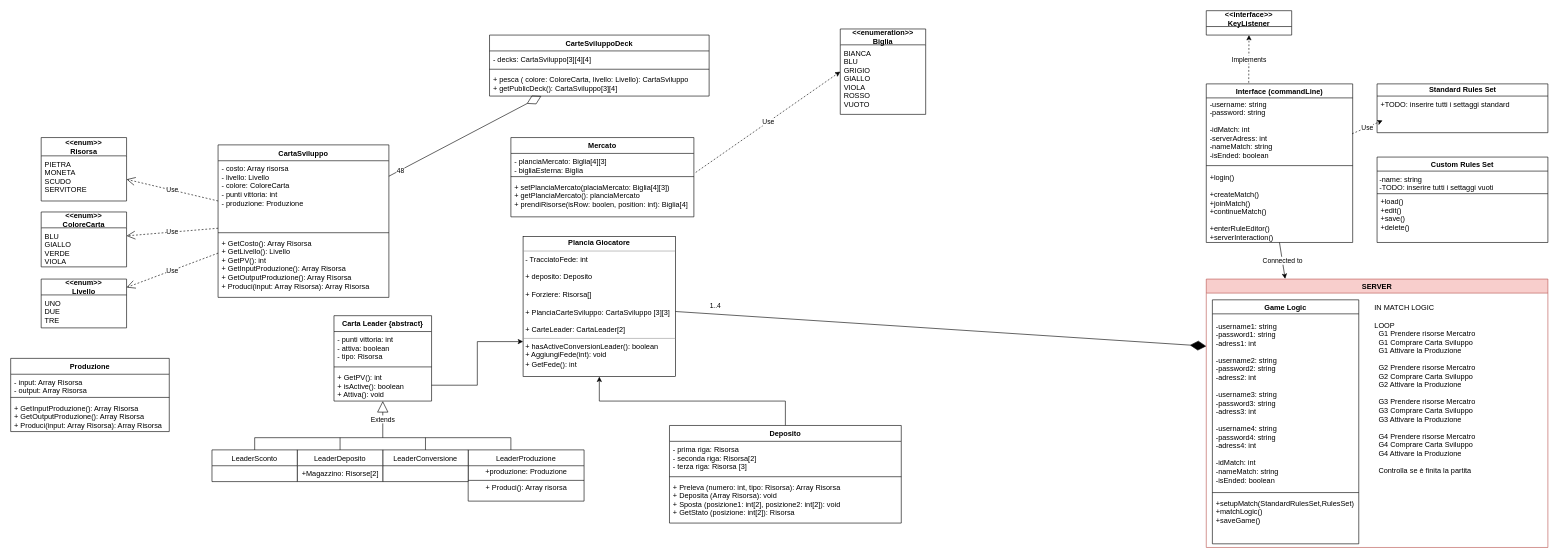
This is Untitled Diagram.drawio from DavideLancini/ing-sw-2021-Lancini-Gilli-Frigerio, a draw.io file, before an edit. Source tidied: cells renumbered, new cells numbered last; positions are measured from the earlier drawing's top-left corner, leaving out a move shared by most shapes. Both pictures are drawn from the tidied source at 61%, with x=0, y=0 at pixel (10, 10).
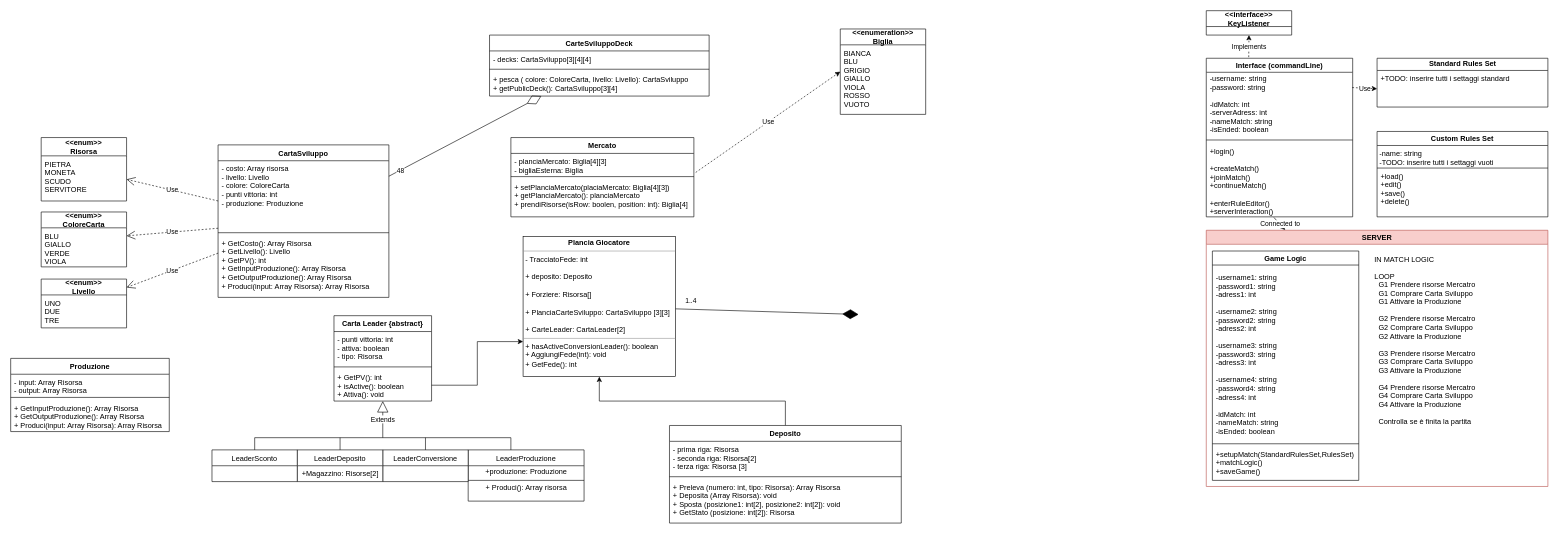
Above is the later version.

The change refers to these unchanged cells:
```xml
<mxCell id="6" value="&lt;p style=&quot;margin: 0px ; margin-top: 4px ; text-align: center&quot;&gt;&lt;b&gt;Plancia Giocatore&lt;/b&gt;&lt;/p&gt;&lt;hr size=&quot;1&quot;&gt;&lt;p style=&quot;margin: 0px ; margin-left: 4px&quot;&gt;- TracciatoFede: int&lt;/p&gt;&lt;p style=&quot;margin: 0px ; margin-left: 4px&quot;&gt;&lt;br&gt;&lt;/p&gt;&lt;p style=&quot;margin: 0px ; margin-left: 4px&quot;&gt;+ deposito: Deposito&lt;/p&gt;&lt;p style=&quot;margin: 0px ; margin-left: 4px&quot;&gt;&lt;br&gt;&lt;/p&gt;&lt;p style=&quot;margin: 0px ; margin-left: 4px&quot;&gt;+ Forziere: Risorsa[]&lt;/p&gt;&lt;p style=&quot;margin: 0px ; margin-left: 4px&quot;&gt;&lt;br&gt;&lt;/p&gt;&lt;p style=&quot;margin: 0px ; margin-left: 4px&quot;&gt;+ PlanciaCarteSviluppo: CartaSviluppo [3][3]&lt;/p&gt;&lt;p style=&quot;margin: 0px ; margin-left: 4px&quot;&gt;&lt;br&gt;&lt;/p&gt;&lt;p style=&quot;margin: 0px ; margin-left: 4px&quot;&gt;+ CarteLeader: CartaLeader[2]&lt;/p&gt;&lt;hr size=&quot;1&quot;&gt;&lt;p style=&quot;margin: 0px ; margin-left: 4px&quot;&gt;+ hasActiveConversionLeader(): boolean&lt;/p&gt;&lt;p style=&quot;margin: 0px ; margin-left: 4px&quot;&gt;+ AggiungiFede(int): void&lt;br&gt;+ GetFede(): int&lt;/p&gt;" style="verticalAlign=top;align=left;overflow=fill;fontSize=12;fontFamily=Helvetica;html=1;" parent="1" vertex="1">
  <mxGeometry x="840" y="370" width="250" height="230" as="geometry" />
</mxCell>
<mxCell id="12" value="+TODO: inserire tutti i settaggi standard" style="text;strokeColor=none;fillColor=none;align=left;verticalAlign=top;spacingLeft=4;spacingRight=4;overflow=hidden;points=[[0,0.5],[1,0.5]];portConstraint=eastwest;" parent="11" vertex="1">
  <mxGeometry y="20" width="280" height="60" as="geometry" />
</mxCell>
<mxCell id="31" value="+login()&#10;&#10;+createMatch()&#10;+joinMatch()&#10;+continueMatch()&#10;&#10;+enterRuleEditor()&#10;+serverInteraction()" style="text;strokeColor=none;fillColor=none;align=left;verticalAlign=top;spacingLeft=4;spacingRight=4;overflow=hidden;points=[[0,0.5],[1,0.5]];portConstraint=eastwest;" parent="30" vertex="1">
  <mxGeometry y="140" width="240" height="120" as="geometry" />
</mxCell>
<mxCell id="32" value="-username: string&#10;-password: string&#10;&#10;-idMatch: int&#10;-serverAdress: int&#10;-nameMatch: string&#10;-isEnded: boolean" style="text;strokeColor=none;fillColor=none;align=left;verticalAlign=top;spacingLeft=4;spacingRight=4;overflow=hidden;points=[[0,0.5],[1,0.5]];portConstraint=eastwest;" parent="30" vertex="1">
  <mxGeometry y="20" width="240" height="110" as="geometry" />
</mxCell>
```

Diff of the diagram source:
```diff
@@
     <mxCell id="11" value="Standard Rules Set" style="swimlane;html=1;startSize=20;horizontal=1;containerType=tree;newEdgeStyle={&quot;edgeStyle&quot;:&quot;elbowEdgeStyle&quot;,&quot;startArrow&quot;:&quot;none&quot;,&quot;endArrow&quot;:&quot;none&quot;};strokeColor=#000000;swimlaneFillColor=#ffffff;" parent="1" vertex="1">
-      <mxGeometry x="2240" y="120" width="280" height="80" as="geometry" />
+      <mxGeometry x="2240" y="78" width="280" height="80" as="geometry" />
     </mxCell>
@@
     <mxCell id="14" value="Custom Rules Set" style="swimlane;swimlaneFillColor=#ffffff;startSize=23;swimlaneLine=1;rounded=0;glass=0;sketch=0;perimeterSpacing=1;align=center;" parent="1" vertex="1">
-      <mxGeometry x="2240" y="240" width="280" height="140" as="geometry" />
+      <mxGeometry x="2240" y="198" width="280" height="140" as="geometry" />
     </mxCell>
@@
     <mxCell id="30" value="Interface (commandLine)" style="swimlane;strokeColor=#000000;swimlaneFillColor=#ffffff;" parent="1" vertex="1">
-      <mxGeometry x="1960" y="120" width="240" height="260" as="geometry" />
+      <mxGeometry x="1960" y="78" width="240" height="260" as="geometry" />
     </mxCell>
@@
-    <mxCell id="53" style="endArrow=diamondThin;endFill=1;endSize=24;html=1;entryX=0;entryY=0.25;entryDx=0;entryDy=0;" parent="1" edge="1" source="6" target="63">
-      <mxGeometry relative="1" as="geometry" />
+    <mxCell id="53" style="endArrow=diamondThin;endFill=1;endSize=24;html=1;" parent="1" edge="1" source="6">
+      <mxGeometry relative="1" as="geometry">
+        <mxPoint x="1390" y="498" as="targetPoint" />
+      </mxGeometry>
     </mxCell>
@@
     <mxCell id="63" value="SERVER" style="swimlane;fillColor=#f8cecc;strokeColor=#b85450;swimlaneFillColor=#ffffff;" parent="1" vertex="1">
-      <mxGeometry x="1960" y="440" width="560" height="440" as="geometry" />
+      <mxGeometry x="1960" y="360" width="560" height="420" as="geometry" />
     </mxCell>
     <mxCell id="64" value="IN MATCH LOGIC&#10;&#10;LOOP&#10;  G1 Prendere risorse Mercatro&#10;  G1 Comprare Carta Sviluppo&#10;  G1 Attivare la Produzione&#10;&#10;  G2 Prendere risorse Mercatro&#10;  G2 Comprare Carta Sviluppo&#10;  G2 Attivare la Produzione&#10;&#10;  G3 Prendere risorse Mercatro&#10;  G3 Comprare Carta Sviluppo&#10;  G3 Attivare la Produzione&#10;&#10;  G4 Prendere risorse Mercatro&#10;  G4 Comprare Carta Sviluppo&#10;  G4 Attivare la Produzione&#10;  &#10;  Controlla se è finita la partita&#10;" style="text;align=left;verticalAlign=top;spacingLeft=4;spacingRight=4;overflow=hidden;" parent="63" vertex="1">
-      <mxGeometry x="270" y="34" width="240" height="396" as="geometry" />
+      <mxGeometry x="270" y="34" width="240" height="296" as="geometry" />
     </mxCell>
     <mxCell id="65" value="Game Logic" style="swimlane;startSize=23;" parent="63" vertex="1">
-      <mxGeometry x="10" y="34" width="240" height="400" as="geometry" />
+      <mxGeometry x="10" y="34" width="240" height="376" as="geometry" />
     </mxCell>
@@
     <mxCell id="68" value="+setupMatch(StandardRulesSet,RulesSet)&#10;+matchLogic()&#10;+saveGame()&#10;" style="text;strokeColor=none;align=left;verticalAlign=top;spacingLeft=4;spacingRight=4;overflow=hidden;" parent="65" vertex="1">
-      <mxGeometry y="320" width="240" height="80" as="geometry" />
+      <mxGeometry y="320" width="240" height="50" as="geometry" />
     </mxCell>
@@
-    <mxCell id="71" style="endArrow=classic;html=1;exitX=0.996;exitY=0.562;exitDx=0;exitDy=0;dashed=1;exitPerimeter=0;" parent="1" edge="1" source="32">
-      <mxGeometry relative="1" as="geometry">
-        <mxPoint x="2249" y="180" as="targetPoint" />
-      </mxGeometry>
+    <mxCell id="71" style="endArrow=classic;html=1;exitX=0.997;exitY=0.255;exitDx=0;exitDy=0;dashed=1;exitPerimeter=0;entryX=0;entryY=0.5;entryDx=0;entryDy=0;" parent="1" edge="1" source="32" target="12">
+      <mxGeometry relative="1" as="geometry" />
     </mxCell>
@@
-    <mxCell id="77" style="endArrow=classic;html=1;fontColor=#000000;entryX=0.231;entryY=-0.001;entryDx=0;entryDy=0;entryPerimeter=0;" parent="1" edge="1" target="63">
-      <mxGeometry relative="1" as="geometry">
-        <mxPoint x="2080" y="380" as="sourcePoint" />
-      </mxGeometry>
+    <mxCell id="77" style="endArrow=classic;html=1;fontColor=#000000;entryX=0.231;entryY=-0.001;entryDx=0;entryDy=0;entryPerimeter=0;exitX=0.462;exitY=1.008;exitDx=0;exitDy=0;exitPerimeter=0;" parent="1" edge="1" source="31" target="63">
+      <mxGeometry relative="1" as="geometry" />
     </mxCell>
```
